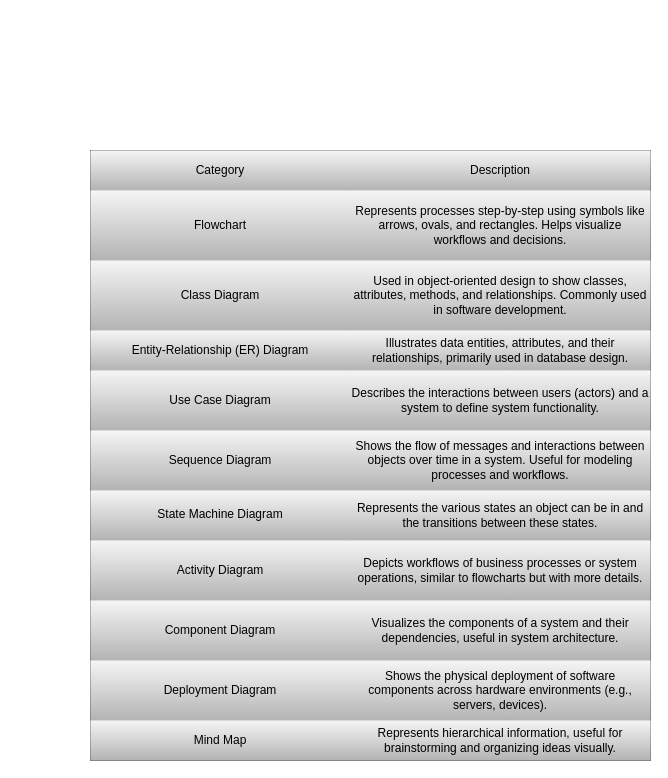
The draw.io diagram page "Página-1" (1 of 5) of Diagrama sin título.drawio in rachel0705/rachel0705, before the edit. Source tidied: cells renumbered, new cells numbered last; positions are measured from the earlier drawing's top-left corner, leaving out a move shared by most shapes. Both pictures are drawn from the tidied source at 100%, with x=0, y=0 at pixel (90, 150).
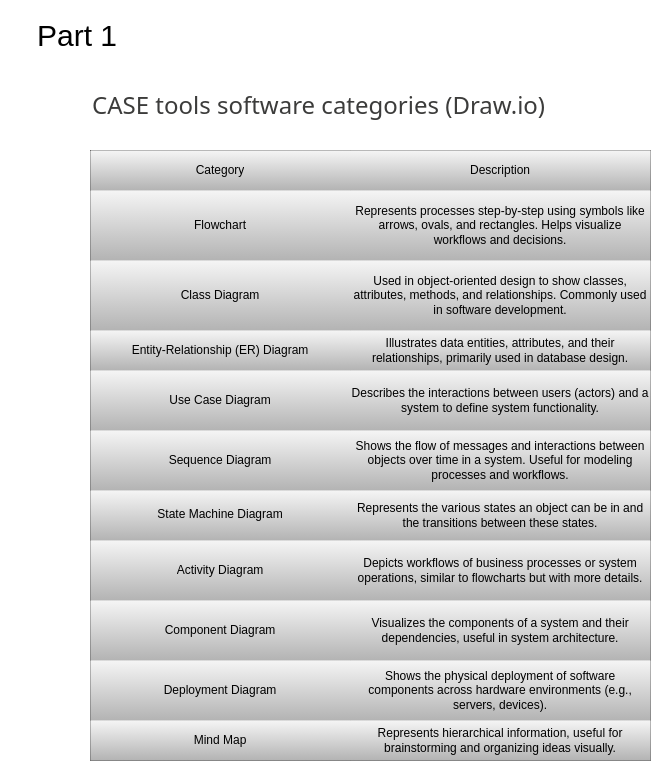
Above is the later version.

What changed in the source:
```diff
@@
+    <mxCell id="36" value="&lt;span style=&quot;color: rgb(60, 60, 59); font-family: system-ui, -apple-system, &amp;quot;Segoe UI&amp;quot;, Roboto, &amp;quot;Helvetica Neue&amp;quot;, Arial, &amp;quot;Noto Sans&amp;quot;, &amp;quot;Liberation Sans&amp;quot;, sans-serif, &amp;quot;Apple Color Emoji&amp;quot;, &amp;quot;Segoe UI Emoji&amp;quot;, &amp;quot;Segoe UI Symbol&amp;quot;, &amp;quot;Noto Color Emoji&amp;quot;; background-color: rgb(255, 255, 255);&quot;&gt;&lt;font style=&quot;font-size: 24px;&quot;&gt;CASE tools software categories (Draw.io)&lt;/font&gt;&lt;/span&gt;" style="text;html=1;align=left;verticalAlign=middle;whiteSpace=wrap;rounded=0;" parent="1" vertex="1">
+      <mxGeometry y="-60" width="487" height="30" as="geometry" />
+    </mxCell>
+    <mxCell id="37" value="&lt;font style=&quot;font-size: 30px;&quot;&gt;Part 1&lt;/font&gt;" style="text;html=1;align=center;verticalAlign=middle;whiteSpace=wrap;rounded=0;" parent="1" vertex="1">
+      <mxGeometry x="-73" y="-130" width="120" height="30" as="geometry" />
+    </mxCell>
```
